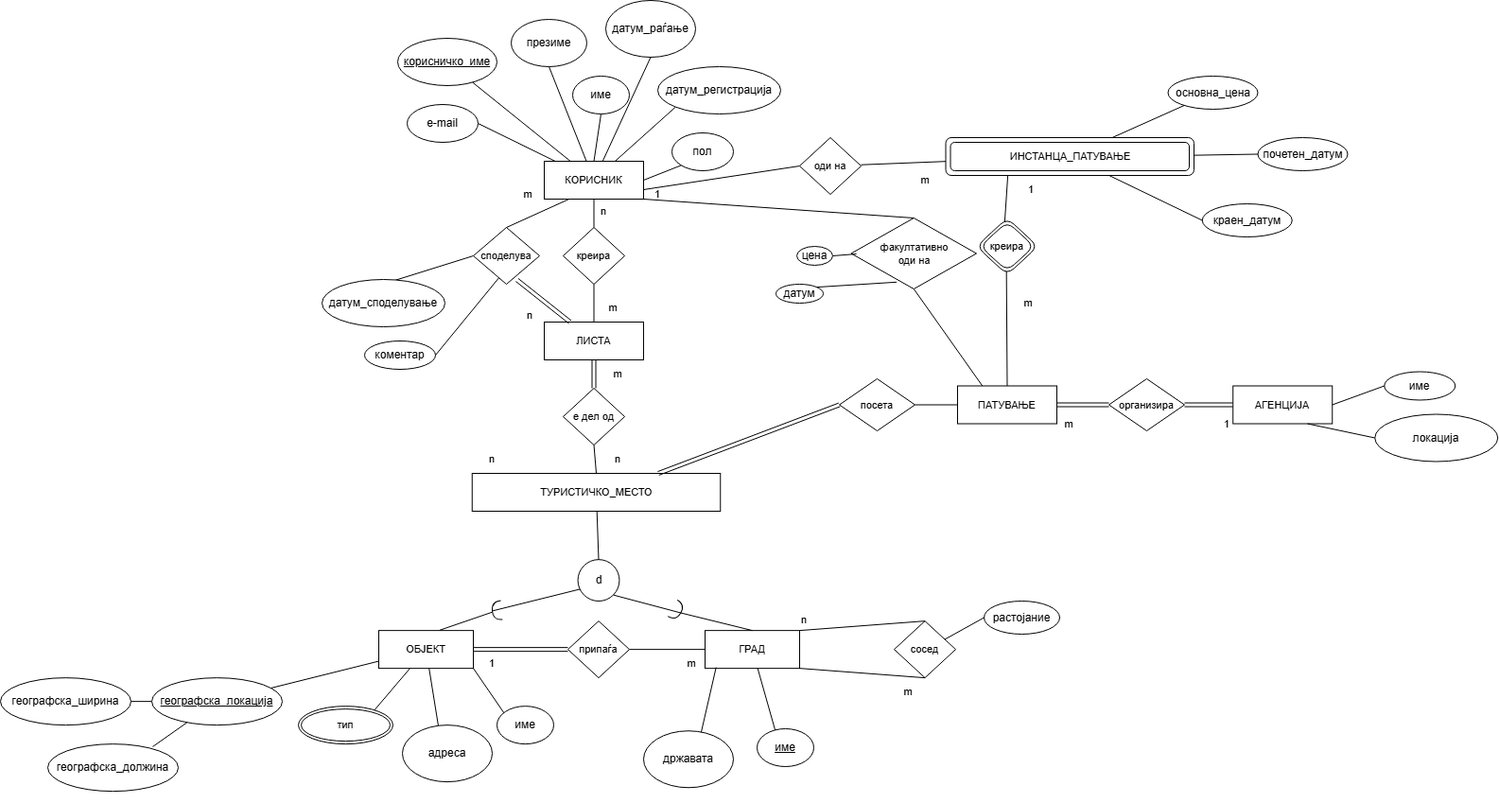
This is LAB1_dop.png from TamaraGeorgieva/BNP, a draw.io export, as it was before one commit. Source tidied: cells renumbered, new cells last; positions are measured from the earlier drawing's top-left corner, leaving out a move shared by most shapes.
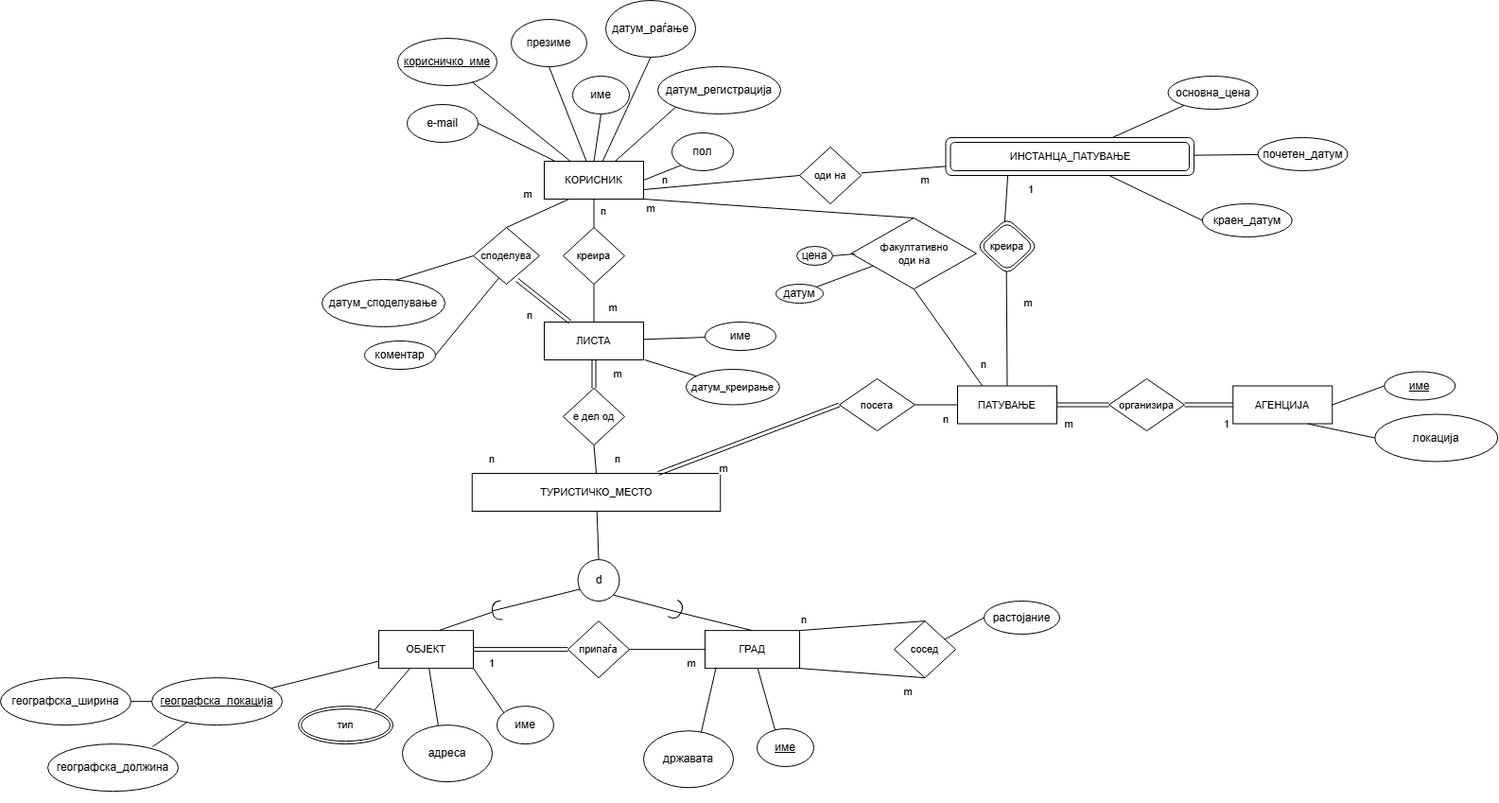
The same file after the commit.

The edit, as a diff of the source:
```diff
@@ -204,6 +204,9 @@
     <mxCell id="66" value="m" style="text;html=1;align=center;verticalAlign=middle;whiteSpace=wrap;rounded=0;fontFamily=Helvetica;fontSize=11;fontColor=default;labelBackgroundColor=default;" parent="1" vertex="1">
       <mxGeometry x="617.5" y="310" width="60" height="30" as="geometry" />
     </mxCell>
+    <mxCell id="118" style="edgeStyle=none;shape=connector;rounded=0;jettySize=auto;html=1;exitX=1;exitY=0;exitDx=0;exitDy=0;strokeColor=default;align=center;verticalAlign=middle;fontFamily=Helvetica;fontSize=11;fontColor=default;labelBackgroundColor=default;endArrow=none;endFill=0;" parent="1" edge="1" source="67" target="121">
+      <mxGeometry relative="1" as="geometry" />
+    </mxCell>
     <mxCell id="67" value="m" style="text;html=1;align=center;verticalAlign=middle;whiteSpace=wrap;rounded=0;fontFamily=Helvetica;fontSize=11;fontColor=default;labelBackgroundColor=default;" parent="1" vertex="1">
       <mxGeometry x="623.8" y="380" width="57.5" height="30" as="geometry" />
     </mxCell>
@@ -222,7 +225,7 @@
     <mxCell id="72" value="локација" style="ellipse;whiteSpace=wrap;html=1;rounded=1;" parent="1" vertex="1">
       <mxGeometry x="1453.2" y="437.5" width="130" height="50" as="geometry" />
     </mxCell>
-    <mxCell id="73" value="име" style="ellipse;whiteSpace=wrap;html=1;rounded=1;" parent="1" vertex="1">
+    <mxCell id="73" value="&lt;u&gt;име&lt;/u&gt;" style="ellipse;whiteSpace=wrap;html=1;rounded=1;" parent="1" vertex="1">
       <mxGeometry x="1463.2" y="392.5" width="75" height="30" as="geometry" />
     </mxCell>
     <mxCell id="74" style="edgeStyle=none;shape=connector;rounded=0;jumpStyle=none;jettySize=auto;html=1;exitX=0;exitY=0.5;exitDx=0;exitDy=0;entryX=1;entryY=0.5;entryDx=0;entryDy=0;strokeColor=default;strokeWidth=1;align=center;verticalAlign=middle;fontFamily=Helvetica;fontSize=11;fontColor=default;labelBackgroundColor=default;startArrow=none;startFill=0;endArrow=none;endFill=0;" parent="1" edge="1" source="73" target="70">
@@ -238,7 +241,7 @@
       <mxGeometry relative="1" as="geometry" />
     </mxCell>
     <mxCell id="78" value="оди на" style="strokeWidth=1;html=1;shape=mxgraph.flowchart.decision;whiteSpace=wrap;rounded=1;fontFamily=Helvetica;fontSize=11;fontColor=default;labelBackgroundColor=default;" parent="1" vertex="1">
-      <mxGeometry x="845" y="145" width="65" height="60" as="geometry" />
+      <mxGeometry x="845" y="155" width="65" height="60" as="geometry" />
     </mxCell>
     <mxCell id="79" style="edgeStyle=none;shape=link;rounded=0;jumpStyle=none;jettySize=auto;html=1;exitX=0;exitY=0.5;exitDx=0;exitDy=0;exitPerimeter=0;entryX=1;entryY=0.5;entryDx=0;entryDy=0;strokeColor=default;strokeWidth=1;align=center;verticalAlign=middle;fontFamily=Helvetica;fontSize=11;fontColor=default;labelBackgroundColor=default;startArrow=none;startFill=0;endArrow=none;endFill=0;" parent="1" edge="1" source="80" target="76">
       <mxGeometry relative="1" as="geometry" />
@@ -300,8 +303,8 @@
     <mxCell id="98" value="m" style="text;html=1;align=center;verticalAlign=middle;whiteSpace=wrap;rounded=0;fontFamily=Helvetica;fontSize=11;fontColor=default;labelBackgroundColor=default;" parent="1" vertex="1">
       <mxGeometry x="947.5" y="175" width="60" height="30" as="geometry" />
     </mxCell>
-    <mxCell id="99" value="1" style="text;html=1;align=center;verticalAlign=middle;whiteSpace=wrap;rounded=0;fontFamily=Helvetica;fontSize=11;fontColor=default;labelBackgroundColor=default;" parent="1" vertex="1">
-      <mxGeometry x="665" y="190" width="60" height="30" as="geometry" />
+    <mxCell id="99" value="n" style="text;html=1;align=center;verticalAlign=middle;whiteSpace=wrap;rounded=0;fontFamily=Helvetica;fontSize=11;fontColor=default;labelBackgroundColor=default;" parent="1" vertex="1">
+      <mxGeometry x="672.5" y="175" width="60" height="30" as="geometry" />
     </mxCell>
     <mxCell id="100" value="факултативно&lt;div&gt;оди на&lt;/div&gt;" style="strokeWidth=1;html=1;shape=mxgraph.flowchart.decision;whiteSpace=wrap;rounded=1;fontFamily=Helvetica;fontSize=11;fontColor=default;labelBackgroundColor=default;" parent="1" vertex="1">
       <mxGeometry x="899.5" y="230" width="132.5" height="75" as="geometry" />
@@ -309,7 +312,7 @@
     <mxCell id="101" style="edgeStyle=none;shape=connector;rounded=0;jumpStyle=none;jettySize=auto;html=1;strokeColor=default;strokeWidth=1;align=center;verticalAlign=middle;fontFamily=Helvetica;fontSize=11;fontColor=default;labelBackgroundColor=default;startArrow=none;startFill=0;endArrow=none;endFill=0;exitX=0.5;exitY=1;exitDx=0;exitDy=0;exitPerimeter=0;entryX=0.25;entryY=0;entryDx=0;entryDy=0;" parent="1" edge="1" source="100" target="76">
       <mxGeometry relative="1" as="geometry" />
     </mxCell>
-    <mxCell id="102" style="edgeStyle=none;shape=connector;rounded=0;jumpStyle=none;jettySize=auto;html=1;exitX=1;exitY=0.5;exitDx=0;exitDy=0;strokeColor=default;strokeWidth=1;align=center;verticalAlign=middle;fontFamily=Helvetica;fontSize=11;fontColor=default;labelBackgroundColor=default;startArrow=none;startFill=0;endArrow=none;endFill=0;entryX=0.042;entryY=0.507;entryDx=0;entryDy=0;entryPerimeter=0;" parent="1" edge="1" source="103" target="100">
+    <mxCell id="102" style="edgeStyle=none;shape=connector;rounded=0;jumpStyle=none;jettySize=auto;html=1;exitX=1;exitY=0.5;exitDx=0;exitDy=0;strokeColor=default;strokeWidth=1;align=center;verticalAlign=middle;fontFamily=Helvetica;fontSize=11;fontColor=default;labelBackgroundColor=default;startArrow=none;startFill=0;endArrow=none;endFill=0;entryX=0.032;entryY=0.505;entryDx=0;entryDy=0;entryPerimeter=0;" parent="1" edge="1" source="103" target="100">
       <mxGeometry relative="1" as="geometry" />
     </mxCell>
     <mxCell id="103" value=" цена" style="ellipse;whiteSpace=wrap;html=1;rounded=1;" parent="1" vertex="1">
@@ -318,7 +321,7 @@
     <mxCell id="104" value=" датум" style="ellipse;whiteSpace=wrap;html=1;rounded=1;" parent="1" vertex="1">
       <mxGeometry x="820" y="300" width="50" height="20" as="geometry" />
     </mxCell>
-    <mxCell id="105" style="edgeStyle=none;shape=connector;rounded=0;jumpStyle=none;jettySize=auto;html=1;exitX=1;exitY=0;exitDx=0;exitDy=0;strokeColor=default;strokeWidth=1;align=center;verticalAlign=middle;fontFamily=Helvetica;fontSize=11;fontColor=default;labelBackgroundColor=default;startArrow=none;startFill=0;endArrow=none;endFill=0;entryX=0.363;entryY=0.904;entryDx=0;entryDy=0;entryPerimeter=0;" parent="1" edge="1" source="104" target="100">
+    <mxCell id="105" style="edgeStyle=none;shape=connector;rounded=0;jumpStyle=none;jettySize=auto;html=1;exitX=1;exitY=0;exitDx=0;exitDy=0;strokeColor=default;strokeWidth=1;align=center;verticalAlign=middle;fontFamily=Helvetica;fontSize=11;fontColor=default;labelBackgroundColor=default;startArrow=none;startFill=0;endArrow=none;endFill=0;entryX=0.174;entryY=0.675;entryDx=0;entryDy=0;entryPerimeter=0;" parent="1" edge="1" source="104" target="100">
       <mxGeometry relative="1" as="geometry" />
     </mxCell>
     <mxCell id="106" style="edgeStyle=none;shape=connector;rounded=0;jumpStyle=none;jettySize=auto;html=1;entryX=0.5;entryY=0;entryDx=0;entryDy=0;entryPerimeter=0;strokeColor=default;strokeWidth=1;align=center;verticalAlign=middle;fontFamily=Helvetica;fontSize=11;fontColor=default;labelBackgroundColor=default;startArrow=none;startFill=0;endArrow=none;endFill=0;" parent="1" edge="1" target="100">
@@ -359,5 +362,26 @@
     <mxCell id="117" value="&lt;span style=&quot;color: rgb(0, 0, 0); font-family: Helvetica; font-size: 11px; font-style: normal; font-variant-ligatures: normal; font-variant-caps: normal; font-weight: 400; letter-spacing: normal; orphans: 2; text-align: center; text-indent: 0px; text-transform: none; widows: 2; word-spacing: 0px; -webkit-text-stroke-width: 0px; white-space: normal; background-color: rgb(255, 255, 255); text-decoration-thickness: initial; text-decoration-style: initial; text-decoration-color: initial; display: inline !important; float: none;&quot;&gt;n&lt;/span&gt;" style="text;whiteSpace=wrap;html=1;fontFamily=Helvetica;fontSize=11;fontColor=default;labelBackgroundColor=default;" parent="1" vertex="1">
       <mxGeometry x="555" y="320" width="40" height="40" as="geometry" />
     </mxCell>
+    <mxCell id="119" style="edgeStyle=none;shape=connector;rounded=0;jettySize=auto;html=1;strokeColor=default;align=center;verticalAlign=middle;fontFamily=Helvetica;fontSize=11;fontColor=default;labelBackgroundColor=default;endArrow=none;endFill=0;" parent="1" edge="1" source="120" target="56">
+      <mxGeometry relative="1" as="geometry" />
+    </mxCell>
+    <mxCell id="120" value="име" style="ellipse;whiteSpace=wrap;html=1;rounded=1;" parent="1" vertex="1">
+      <mxGeometry x="745" y="340" width="75" height="30" as="geometry" />
+    </mxCell>
+    <mxCell id="121" value="датум_креирање" style="ellipse;whiteSpace=wrap;html=1;fontFamily=Helvetica;fontSize=11;fontColor=default;labelBackgroundColor=default;" parent="1" vertex="1">
+      <mxGeometry x="725" y="390" width="98.8" height="37.5" as="geometry" />
+    </mxCell>
+    <mxCell id="122" value="m" style="text;html=1;align=center;verticalAlign=middle;whiteSpace=wrap;rounded=0;fontFamily=Helvetica;fontSize=11;fontColor=default;labelBackgroundColor=default;" parent="1" vertex="1">
+      <mxGeometry x="735" y="480" width="60" height="30" as="geometry" />
+    </mxCell>
+    <mxCell id="123" value="n" style="text;html=1;align=center;verticalAlign=middle;whiteSpace=wrap;rounded=0;fontFamily=Helvetica;fontSize=11;fontColor=default;labelBackgroundColor=default;" parent="1" vertex="1">
+      <mxGeometry x="970" y="427.5" width="60" height="30" as="geometry" />
+    </mxCell>
+    <mxCell id="124" value="n" style="text;html=1;align=center;verticalAlign=middle;whiteSpace=wrap;rounded=0;fontFamily=Helvetica;fontSize=11;fontColor=default;labelBackgroundColor=default;" parent="1" vertex="1">
+      <mxGeometry x="1010" y="370" width="60" height="30" as="geometry" />
+    </mxCell>
+    <mxCell id="125" value="m" style="text;html=1;align=center;verticalAlign=middle;whiteSpace=wrap;rounded=0;fontFamily=Helvetica;fontSize=11;fontColor=default;labelBackgroundColor=default;" parent="1" vertex="1">
+      <mxGeometry x="657.5" y="205" width="60" height="30" as="geometry" />
+    </mxCell>
   </root>
 </mxGraphModel>
```
